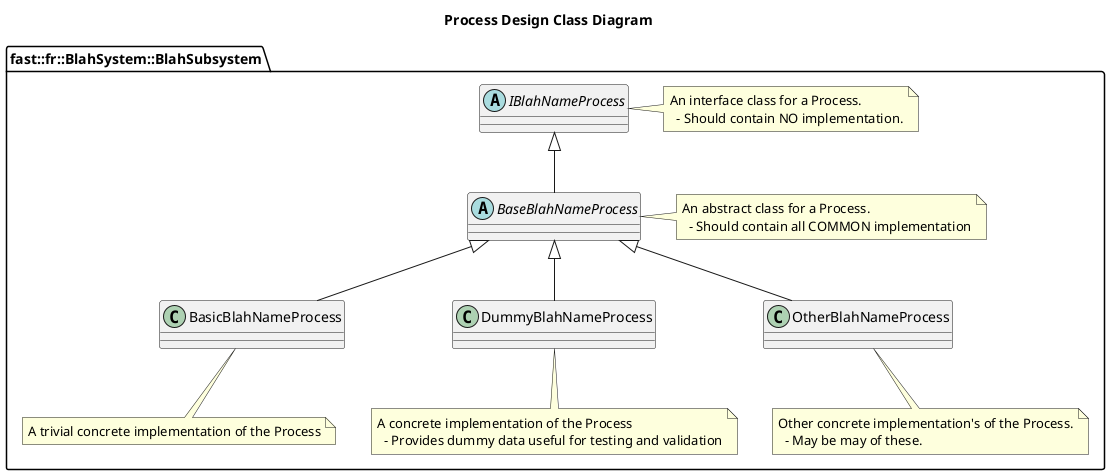
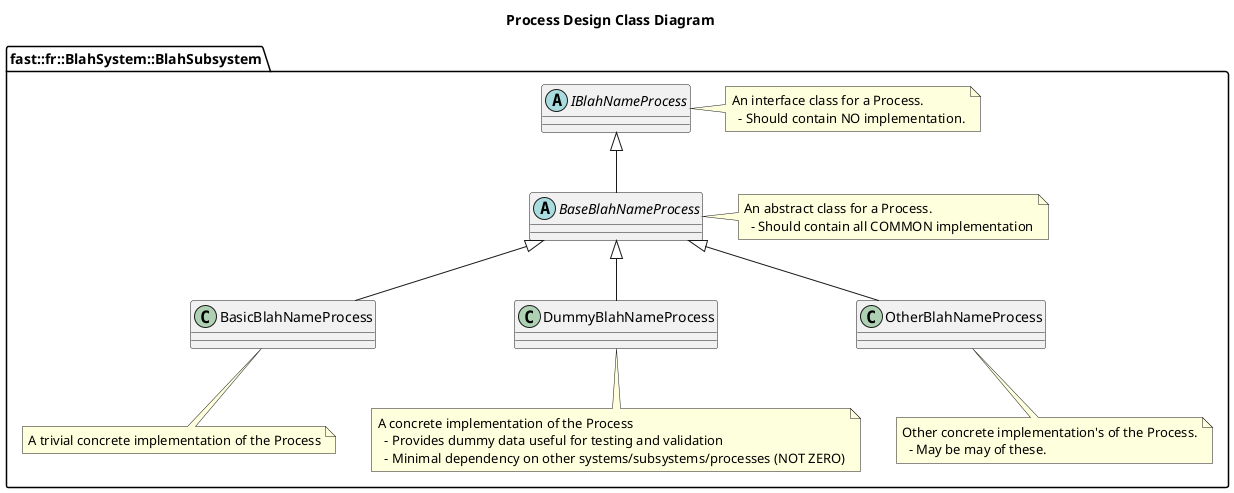
@startuml
title Process Design Class Diagram
namespace fast::fr::BlahSystem::BlahSubsystem {
abstract IBlahNameProcess
note right of IBlahNameProcess
An interface class for a Process.
  - Should contain NO implementation.
end note
abstract BaseBlahNameProcess
IBlahNameProcess <|-- BaseBlahNameProcess
note right of BaseBlahNameProcess
An abstract class for a Process.
  - Should contain all COMMON implementation
end note
class BasicBlahNameProcess
BaseBlahNameProcess <|-- BasicBlahNameProcess
note bottom of BasicBlahNameProcess
A trivial concrete implementation of the Process
end note
class DummyBlahNameProcess
BaseBlahNameProcess <|-- DummyBlahNameProcess
note bottom of DummyBlahNameProcess
A concrete implementation of the Process
  - Provides dummy data useful for testing and validation
+   - Minimal dependency on other systems/subsystems/processes (NOT ZERO)
end note
class OtherBlahNameProcess
BaseBlahNameProcess <|-- OtherBlahNameProcess
note bottom of OtherBlahNameProcess
Other concrete implementation's of the Process.
  - May be may of these.
end note
}
@enduml